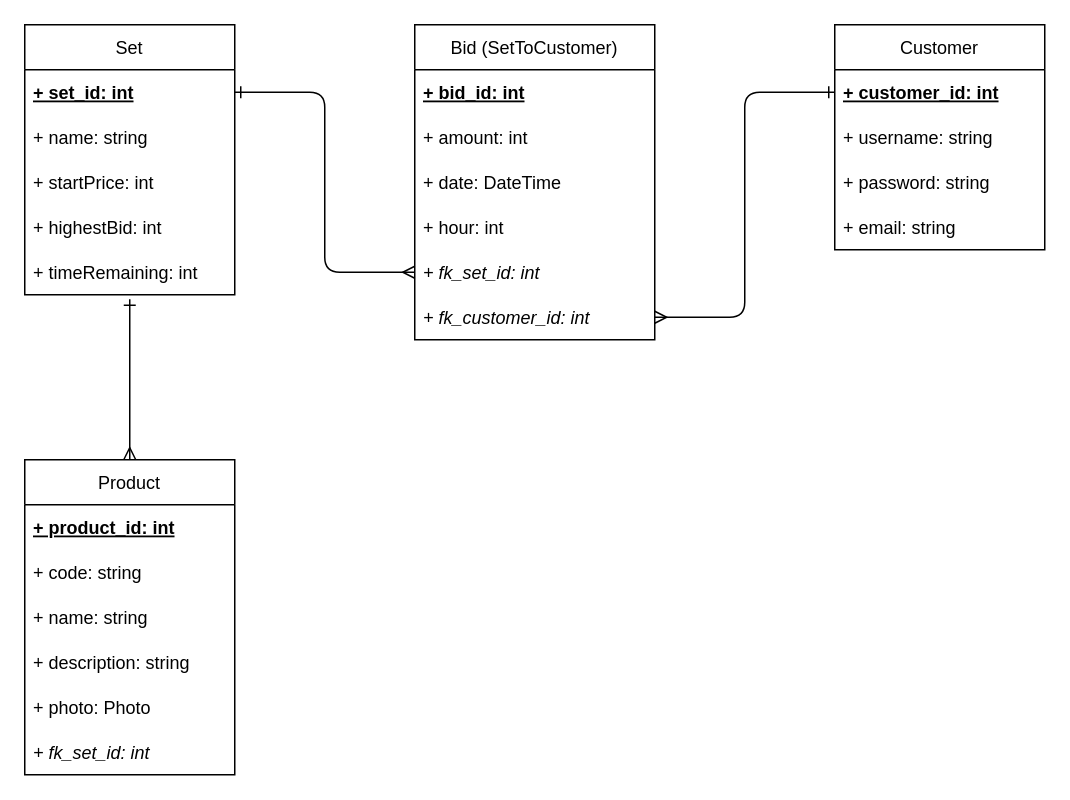
Earlier version of the draw.io diagram page "UML" (3 of 3) of Philipp/03_auctionhouse.drawio (mastapetz/BE16-DBDev-DAY1-Peter-Philipp). Source tidied: cells renumbered, new cells numbered last; positions are measured from the earlier drawing's top-left corner, leaving out a move shared by most shapes. Both pictures are drawn from the tidied source at 150%, with x=0, y=0 at pixel (24, 24).
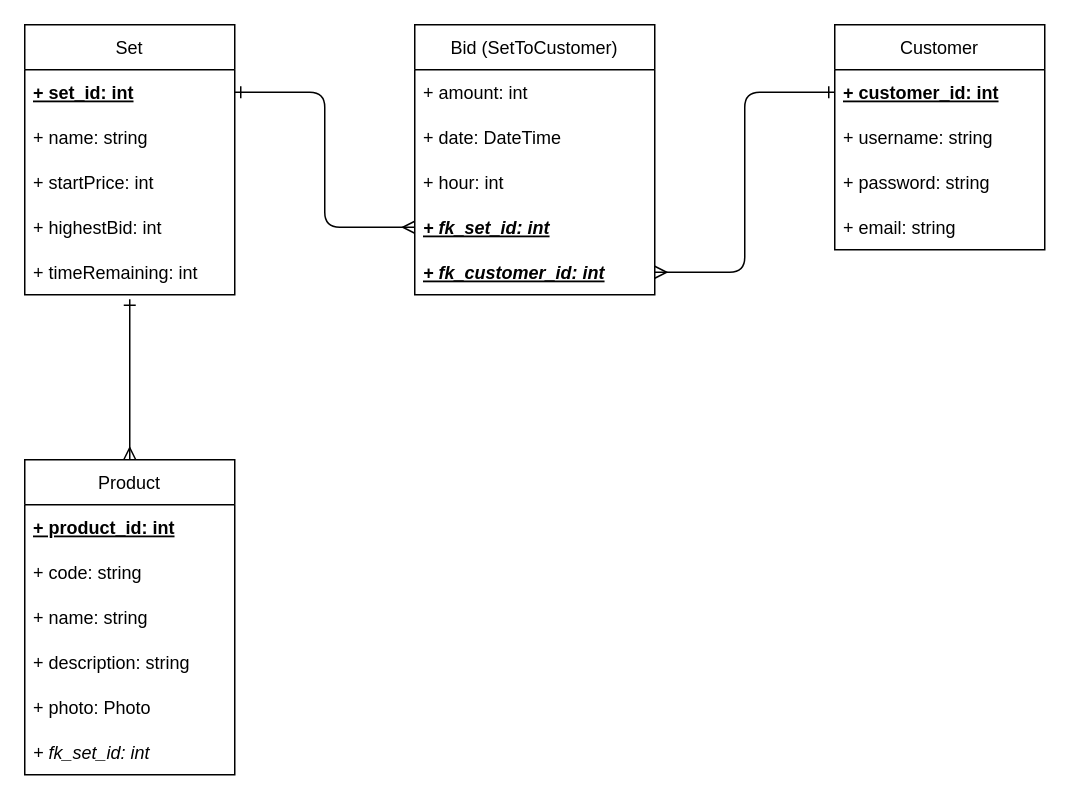
After the change.

Change to the diagram source:
```diff
@@
     <mxCell id="16" value="Bid (SetToCustomer)" style="swimlane;fontStyle=0;horizontal=1;startSize=30;" parent="1" vertex="1">
-      <mxGeometry x="260" width="160" height="210" as="geometry" />
+      <mxGeometry x="260" width="160" height="180" as="geometry" />
     </mxCell>
-    <mxCell id="17" value="+ bid_id: int" style="text;strokeColor=none;fillColor=none;align=left;verticalAlign=middle;spacingLeft=4;spacingRight=4;overflow=hidden;fontStyle=5;" parent="16" vertex="1">
-      <mxGeometry y="30" width="160" height="30" as="geometry" />
-    </mxCell>
     <mxCell id="18" value="+ amount: int" style="text;strokeColor=none;fillColor=none;align=left;verticalAlign=middle;spacingLeft=4;spacingRight=4;overflow=hidden;" parent="16" vertex="1">
-      <mxGeometry y="60" width="160" height="30" as="geometry" />
+      <mxGeometry y="30" width="160" height="30" as="geometry" />
     </mxCell>
     <mxCell id="19" value="+ date: DateTime" style="text;strokeColor=none;fillColor=none;align=left;verticalAlign=middle;spacingLeft=4;spacingRight=4;overflow=hidden;" parent="16" vertex="1">
-      <mxGeometry y="90" width="160" height="30" as="geometry" />
+      <mxGeometry y="60" width="160" height="30" as="geometry" />
     </mxCell>
     <mxCell id="20" value="+ hour: int" style="text;strokeColor=none;fillColor=none;align=left;verticalAlign=middle;spacingLeft=4;spacingRight=4;overflow=hidden;" parent="16" vertex="1">
-      <mxGeometry y="120" width="160" height="30" as="geometry" />
+      <mxGeometry y="90" width="160" height="30" as="geometry" />
     </mxCell>
-    <mxCell id="21" value="+ fk_set_id: int" style="text;strokeColor=none;fillColor=none;align=left;verticalAlign=middle;spacingLeft=4;spacingRight=4;overflow=hidden;points=[[0,0.5],[1,0.5]];portConstraint=eastwest;fontStyle=2;" parent="16" vertex="1">
-      <mxGeometry y="150" width="160" height="30" as="geometry" />
+    <mxCell id="21" value="+ fk_set_id: int" style="text;strokeColor=none;fillColor=none;align=left;verticalAlign=middle;spacingLeft=4;spacingRight=4;overflow=hidden;points=[[0,0.5],[1,0.5]];portConstraint=eastwest;fontStyle=7;" parent="16" vertex="1">
+      <mxGeometry y="120" width="160" height="30" as="geometry" />
     </mxCell>
-    <mxCell id="22" value="+ fk_customer_id: int" style="text;strokeColor=none;fillColor=none;align=left;verticalAlign=middle;spacingLeft=4;spacingRight=4;overflow=hidden;points=[[0,0.5],[1,0.5]];portConstraint=eastwest;fontStyle=2;" parent="16" vertex="1">
-      <mxGeometry y="180" width="160" height="30" as="geometry" />
+    <mxCell id="22" value="+ fk_customer_id: int" style="text;strokeColor=none;fillColor=none;align=left;verticalAlign=middle;spacingLeft=4;spacingRight=4;overflow=hidden;points=[[0,0.5],[1,0.5]];portConstraint=eastwest;fontStyle=7;" parent="16" vertex="1">
+      <mxGeometry y="150" width="160" height="30" as="geometry" />
     </mxCell>
```
